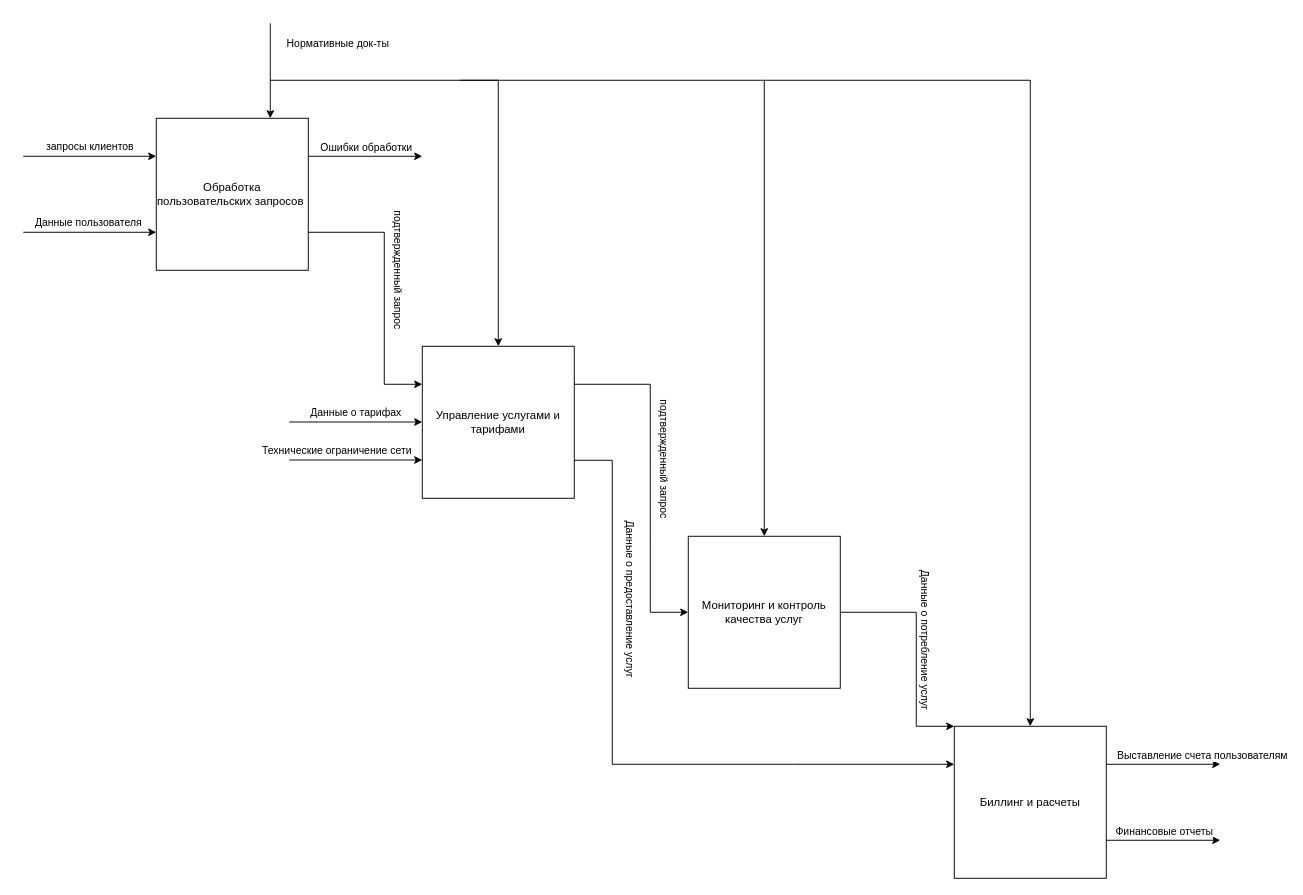
This is daigram/2 (2).drawio from lLegionl/Shatrov, a draw.io file, before an edit. Source tidied: cells renumbered, new cells numbered last; positions are measured from the earlier drawing's top-left corner, leaving out a move shared by most shapes. Both pictures are drawn from the tidied source at 95%, with x=0, y=0 at pixel (23, 23).
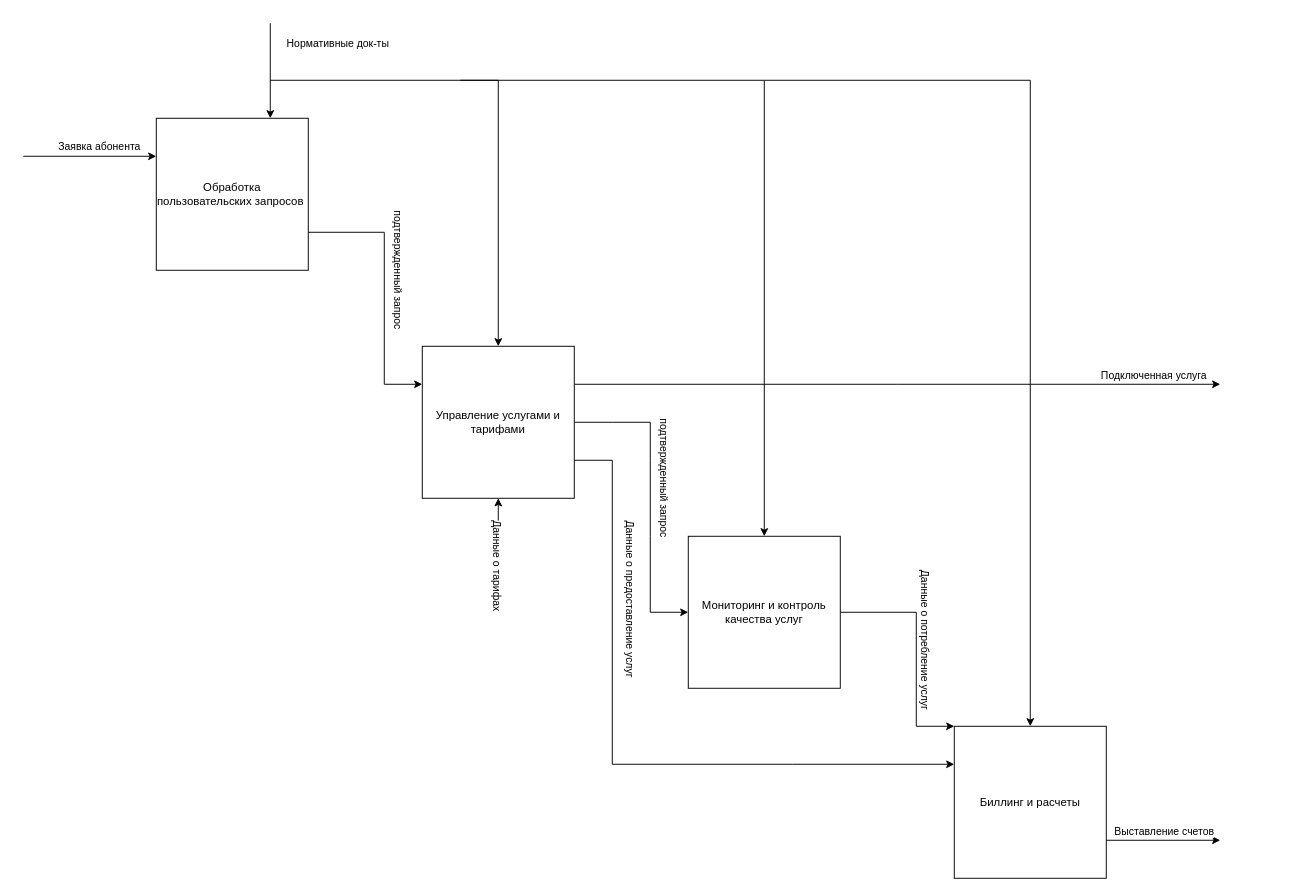
Above is the later version.

The change refers to these unchanged cells:
```xml
<mxCell id="2" value="Обработка пользовательских запросов&amp;nbsp;" style="whiteSpace=wrap;html=1;" parent="1" vertex="1">
  <mxGeometry x="140" y="100" width="160" height="160" as="geometry" />
</mxCell>
<mxCell id="3" value="Управление услугами и тарифами" style="whiteSpace=wrap;html=1;" parent="1" vertex="1">
  <mxGeometry x="420" y="340" width="160" height="160" as="geometry" />
</mxCell>
<mxCell id="26" style="endArrow=classic;html=1;rounded=0;exitX=1;exitY=0.25;exitDx=0;exitDy=0;" parent="1" edge="1">
  <mxGeometry relative="1" as="geometry">
    <mxPoint x="1140" y="860" as="sourcePoint" />
    <mxPoint x="1260" y="860" as="targetPoint" />
  </mxGeometry>
</mxCell>
```

Change to the diagram source:
```diff
@@
+    <mxCell id="29" style="edgeStyle=orthogonalEdgeStyle;rounded=0;jettySize=auto;html=1;exitX=1;exitY=0.25;exitDx=0;exitDy=0;" parent="1" edge="1" source="3">
+      <mxGeometry relative="1" as="geometry">
+        <mxPoint x="1260" y="380" as="targetPoint" />
+      </mxGeometry>
+    </mxCell>
+    <mxCell id="30" value="Подключенная услуга" style="edgeLabel;html=1;align=center;verticalAlign=middle;" parent="29" vertex="1">
+      <mxGeometry x="0.74" relative="1" as="geometry">
+        <mxPoint x="18" y="-10" as="offset" />
+      </mxGeometry>
+    </mxCell>
@@
-    <mxCell id="7" value="запросы клиентов" style="endArrow=classic;html=1;rounded=0;entryX=0;entryY=0.25;entryDx=0;entryDy=0;" parent="1" edge="1" target="2">
-      <mxGeometry y="10" relative="1" as="geometry">
+    <mxCell id="7" value="Заявка абонента" style="endArrow=classic;html=1;rounded=0;entryX=0;entryY=0.25;entryDx=0;entryDy=0;" parent="1" edge="1" target="2">
+      <mxGeometry x="0.14" y="10" relative="1" as="geometry">
         <mxPoint y="140" as="sourcePoint" />
       </mxGeometry>
     </mxCell>
-    <mxCell id="8" value="Данные пользователя&amp;nbsp;" style="endArrow=classic;html=1;rounded=0;entryX=0;entryY=0.25;entryDx=0;entryDy=0;" parent="1" edge="1">
-      <mxGeometry y="10" relative="1" as="geometry">
-        <mxPoint y="220" as="sourcePoint" />
-        <mxPoint x="140" y="220" as="targetPoint" />
-        <Array as="points">
-          <mxPoint x="70" y="220" />
-        </Array>
-      </mxGeometry>
-    </mxCell>
@@
-    <mxCell id="15" style="endArrow=classic;html=1;rounded=0;exitX=1;exitY=0.25;exitDx=0;exitDy=0;" parent="1" edge="1" source="2">
-      <mxGeometry relative="1" as="geometry">
-        <mxPoint x="420" y="140" as="targetPoint" />
-      </mxGeometry>
-    </mxCell>
-    <mxCell id="16" value="Ошибки обработки" style="edgeLabel;html=1;align=center;verticalAlign=middle;" parent="15" vertex="1">
-      <mxGeometry x="-0.84" y="-1" relative="1" as="geometry">
-        <mxPoint x="50" y="-11" as="offset" />
-      </mxGeometry>
-    </mxCell>
-    <mxCell id="17" value="Данные о тарифах" style="endArrow=classic;html=1;rounded=0;entryX=0;entryY=0.25;entryDx=0;entryDy=0;" parent="1" edge="1">
-      <mxGeometry y="10" relative="1" as="geometry">
-        <mxPoint x="280" y="419.7" as="sourcePoint" />
-        <mxPoint x="420" y="419.7" as="targetPoint" />
+    <mxCell id="17" style="endArrow=classic;html=1;rounded=0;entryX=0.5;entryY=1;entryDx=0;entryDy=0;" parent="1" edge="1" target="3">
+      <mxGeometry x="-0.5" y="20" relative="1" as="geometry">
+        <mxPoint x="500" y="580" as="sourcePoint" />
       </mxGeometry>
     </mxCell>
-    <mxCell id="18" value="Технические ограничение сети" style="endArrow=classic;html=1;rounded=0;entryX=0;entryY=0.25;entryDx=0;entryDy=0;" parent="1" edge="1">
-      <mxGeometry x="-0.29" y="10" relative="1" as="geometry">
-        <mxPoint x="280" y="459.7" as="sourcePoint" />
-        <mxPoint x="420" y="459.7" as="targetPoint" />
-      </mxGeometry>
-    </mxCell>
+    <mxCell id="31" value="Данные о тарифах" style="edgeLabel;html=1;align=center;verticalAlign=middle;rotation=90;" parent="17" vertex="1">
+      <mxGeometry x="-0.08" relative="1" as="geometry">
+        <mxPoint y="27" as="offset" />
+      </mxGeometry>
+    </mxCell>
-    <mxCell id="19" style="endArrow=classic;html=1;rounded=0;exitX=1;exitY=0.25;exitDx=0;exitDy=0;entryX=0;entryY=0.25;entryDx=0;entryDy=0;" parent="1" edge="1" source="3">
+    <mxCell id="19" style="endArrow=classic;html=1;rounded=0;exitX=1;exitY=0.5;exitDx=0;exitDy=0;entryX=0;entryY=0.25;entryDx=0;entryDy=0;" parent="1" edge="1" source="3">
       <mxGeometry relative="1" as="geometry">
         <mxPoint x="700" y="620" as="targetPoint" />
         <Array as="points">
-          <mxPoint x="660" y="380" />
+          <mxPoint x="620" y="420" />
+          <mxPoint x="660" y="420" />
           <mxPoint x="660" y="460" />
           <mxPoint x="660" y="540" />
           <mxPoint x="660" y="620" />
         </Array>
       </mxGeometry>
     </mxCell>
@@
-    <mxCell id="24" style="endArrow=classic;html=1;rounded=0;exitX=1;exitY=0.25;exitDx=0;exitDy=0;" parent="1" edge="1">
-      <mxGeometry relative="1" as="geometry">
-        <mxPoint x="1140" y="780" as="sourcePoint" />
-        <mxPoint x="1260" y="780" as="targetPoint" />
-      </mxGeometry>
-    </mxCell>
-    <mxCell id="25" value="Выставление счета пользователям" style="edgeLabel;html=1;align=center;verticalAlign=middle;" parent="24" vertex="1">
-      <mxGeometry x="-0.84" y="-1" relative="1" as="geometry">
-        <mxPoint x="90" y="-11" as="offset" />
-      </mxGeometry>
-    </mxCell>
@@
-    <mxCell id="27" value="Финансовые отчеты" style="edgeLabel;html=1;align=center;verticalAlign=middle;" parent="26" vertex="1">
+    <mxCell id="27" value="Выставление счетов" style="edgeLabel;html=1;align=center;verticalAlign=middle;" parent="26" vertex="1">
       <mxGeometry x="-0.84" y="-1" relative="1" as="geometry">
         <mxPoint x="50" y="-11" as="offset" />
       </mxGeometry>
     </mxCell>
```
